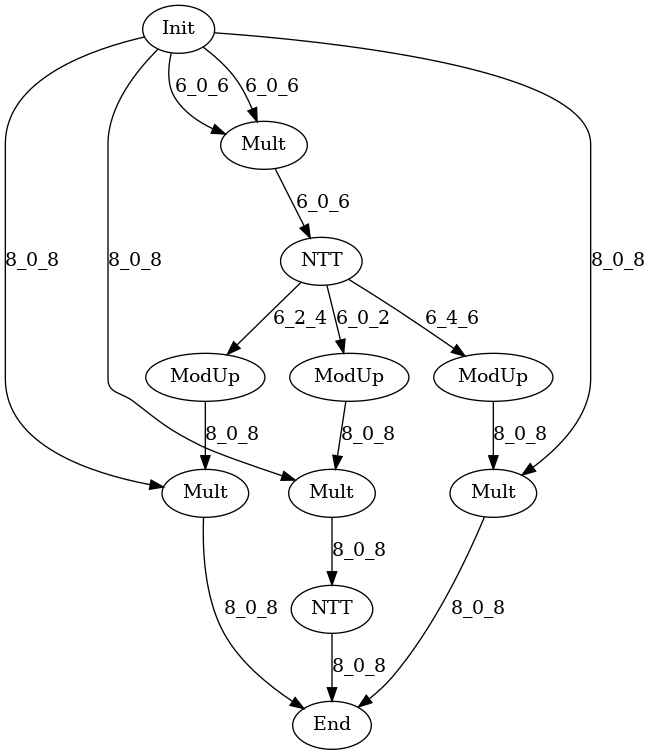
This is data/graph_poly.dot.png from hal-lab-u-tokyo/PolyFHE, a Graphviz export, as it was before one commit. Its source is kept beside it as data/graph_poly.dot.
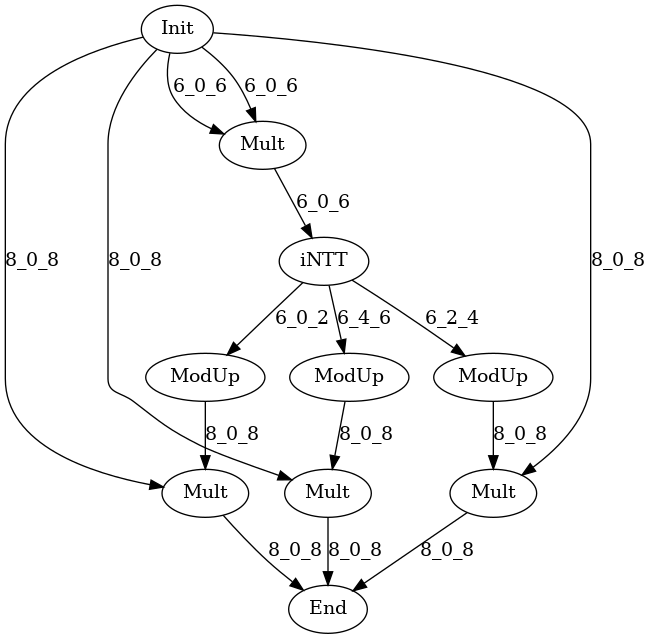
The same file after the commit.

What changed in the source:
```diff
@@ -8,22 +8,20 @@
 Mult1[label="Mult"];
 Mult2[label="Mult"];
 Mult3[label="Mult"];
-iNTT1[label="iNTT"];
-NTT[label="NTT"];
+iNTT[label="iNTT"];
 Init -> Multd1[label="6_0_6"];
 Init -> Multd1[label="6_0_6"];
-Multd1 -> NTT[label="6_0_6"];
-NTT -> ModUp1[label="6_0_2"];
-NTT -> ModUp2[label="6_2_4"];
-NTT -> ModUp3[label="6_4_6"];
+Multd1 -> iNTT[label="6_0_6"];
+iNTT -> ModUp1[label="6_0_2"];
+iNTT -> ModUp2[label="6_2_4"];
+iNTT -> ModUp3[label="6_4_6"];
 ModUp1 -> Mult1[label="8_0_8"];
 ModUp2 -> Mult2[label="8_0_8"];
 ModUp3 -> Mult3[label="8_0_8"];
 Init -> Mult1[label="8_0_8"];
 Init -> Mult2[label="8_0_8"];
 Init -> Mult3[label="8_0_8"];
-Mult1 -> iNTT1[label="8_0_8"];
-iNTT1 -> End[label="8_0_8"];
+Mult1 -> End[label="8_0_8"];
 Mult2 -> End[label="8_0_8"];
 Mult3 -> End[label="8_0_8"];
 }
```
